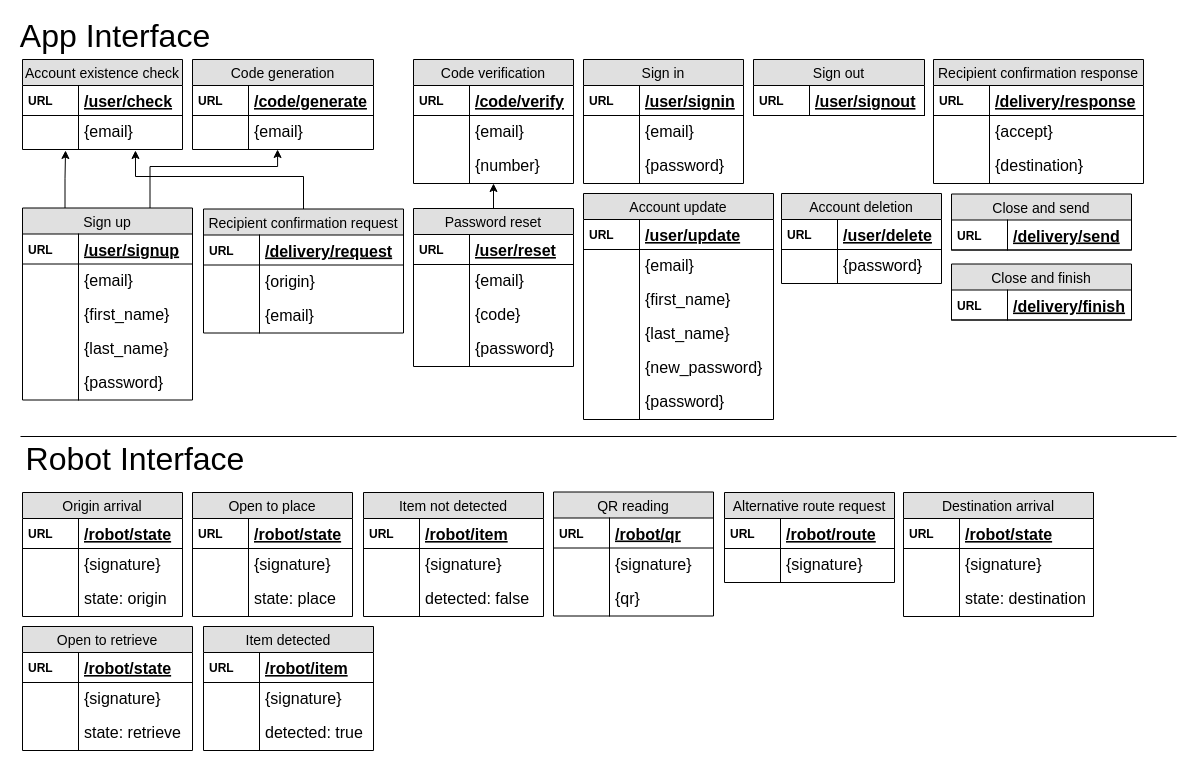
This is server/modeling/Server Modelling.drawio from developedby/DLVR, a draw.io file, before an edit. Source tidied: cells renumbered, new cells numbered last; positions are measured from the earlier drawing's top-left corner, leaving out a move shared by most shapes. Both pictures are drawn from the tidied source at 100%, with x=0, y=0 at pixel (17, 26).
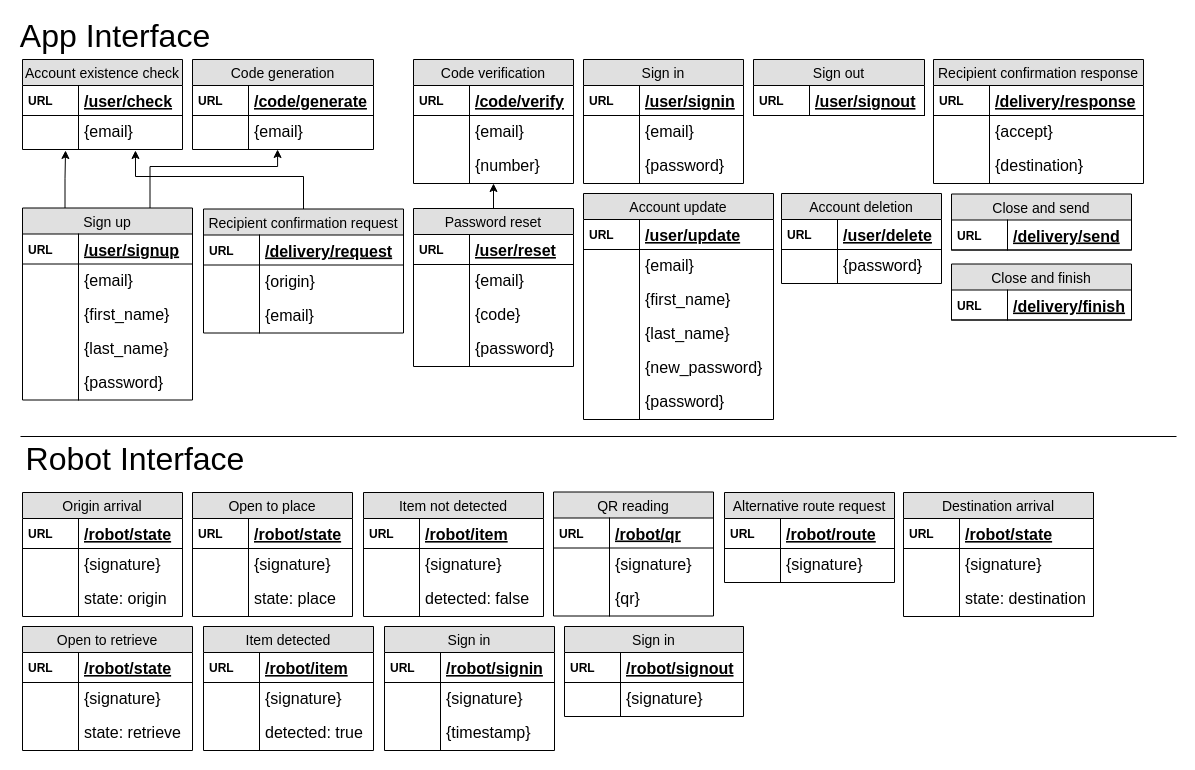
The same page after the edit.

Commit message (it also covers changes not shown here):
Updated server model

What changed in the source:
```diff
@@
+    <mxCell id="148" value="Sign in" style="swimlane;fontStyle=0;horizontal=1;startSize=26;fillColor=#e0e0e0;swimlaneFillColor=#ffffff;align=center;fontSize=14;" parent="1" vertex="1">
+      <mxGeometry x="367" y="600" width="170" height="124" as="geometry" />
+    </mxCell>
+    <mxCell id="149" value="/robot/signin" style="shape=partialRectangle;top=0;left=0;right=0;bottom=1;align=left;verticalAlign=middle;fillColor=none;spacingLeft=60;spacingRight=4;overflow=hidden;fontStyle=5;fontSize=16;" parent="148" vertex="1">
+      <mxGeometry y="26" width="170" height="30" as="geometry" />
+    </mxCell>
+    <mxCell id="150" value="URL" style="shape=partialRectangle;fontStyle=1;top=0;left=0;bottom=0;fillColor=none;align=left;verticalAlign=middle;spacingLeft=4;spacingRight=4;overflow=hidden;fontSize=12;" parent="149" vertex="1">
+      <mxGeometry width="56" height="30" as="geometry" />
+    </mxCell>
+    <mxCell id="151" value="{signature}" style="shape=partialRectangle;top=0;left=0;right=0;bottom=0;align=left;verticalAlign=top;fillColor=none;spacingLeft=60;spacingRight=4;overflow=hidden;fontSize=16;" parent="148" vertex="1">
+      <mxGeometry y="56" width="170" height="34" as="geometry" />
+    </mxCell>
+    <mxCell id="152" style="shape=partialRectangle;top=0;left=0;bottom=0;fillColor=none;align=left;verticalAlign=top;spacingLeft=4;spacingRight=4;overflow=hidden;fontSize=12;" parent="151" vertex="1">
+      <mxGeometry width="56" height="34" as="geometry" />
+    </mxCell>
+    <mxCell id="153" value="{timestamp}" style="shape=partialRectangle;top=0;left=0;right=0;bottom=0;align=left;verticalAlign=top;fillColor=none;spacingLeft=60;spacingRight=4;overflow=hidden;fontSize=16;" parent="148" vertex="1">
+      <mxGeometry y="90" width="170" height="34" as="geometry" />
+    </mxCell>
+    <mxCell id="154" style="shape=partialRectangle;top=0;left=0;bottom=0;fillColor=none;align=left;verticalAlign=top;spacingLeft=4;spacingRight=4;overflow=hidden;fontSize=12;" parent="153" vertex="1">
+      <mxGeometry width="56" height="34" as="geometry" />
+    </mxCell>
+    <mxCell id="155" value="Sign in" style="swimlane;fontStyle=0;horizontal=1;startSize=26;fillColor=#e0e0e0;swimlaneFillColor=#ffffff;align=center;fontSize=14;" parent="1" vertex="1">
+      <mxGeometry x="547" y="600" width="179" height="90" as="geometry" />
+    </mxCell>
+    <mxCell id="156" value="/robot/signout" style="shape=partialRectangle;top=0;left=0;right=0;bottom=1;align=left;verticalAlign=middle;fillColor=none;spacingLeft=60;spacingRight=4;overflow=hidden;fontStyle=5;fontSize=16;" parent="155" vertex="1">
+      <mxGeometry y="26" width="179" height="30" as="geometry" />
+    </mxCell>
+    <mxCell id="157" value="URL" style="shape=partialRectangle;fontStyle=1;top=0;left=0;bottom=0;fillColor=none;align=left;verticalAlign=middle;spacingLeft=4;spacingRight=4;overflow=hidden;fontSize=12;" parent="156" vertex="1">
+      <mxGeometry width="56" height="30" as="geometry" />
+    </mxCell>
+    <mxCell id="158" value="{signature}" style="shape=partialRectangle;top=0;left=0;right=0;bottom=0;align=left;verticalAlign=top;fillColor=none;spacingLeft=60;spacingRight=4;overflow=hidden;fontSize=16;" parent="155" vertex="1">
+      <mxGeometry y="56" width="179" height="34" as="geometry" />
+    </mxCell>
+    <mxCell id="159" style="shape=partialRectangle;top=0;left=0;bottom=0;fillColor=none;align=left;verticalAlign=top;spacingLeft=4;spacingRight=4;overflow=hidden;fontSize=12;" parent="158" vertex="1">
+      <mxGeometry width="56" height="34" as="geometry" />
+    </mxCell>
```
